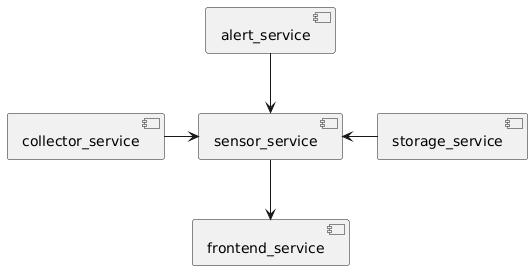
Earlier version of the PlantUML export diagrama.png (OscarMtz28/Climas). Source of this version:
```plantuml
@startuml
[alert_service] as alert
[sensor_service] as sensor
[frontend_service] as front
[collector_service] as collector
[storage_service] as storage

alert -down-> sensor
collector -right-> sensor
storage -left-> sensor
sensor -down-> front
@enduml
```
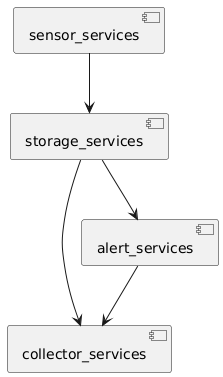
After the commit.

What changed in the source:
```diff
@@ -1,12 +1,11 @@
 @startuml
-[alert_service] as alert
-[sensor_service] as sensor
-[frontend_service] as front
-[collector_service] as collector
-[storage_service] as storage
+[collector_services] as Collector
+    [alert_services] as Alert
+    [storage_services] as Storage
+    [sensor_services] as Sensor
 
-alert -down-> sensor
-collector -right-> sensor
-storage -left-> sensor
-sensor -down-> front
+Sensor --> Storage
+Alert --> Collector
+Storage --> Alert
+Storage --> Collector
 @enduml
```
